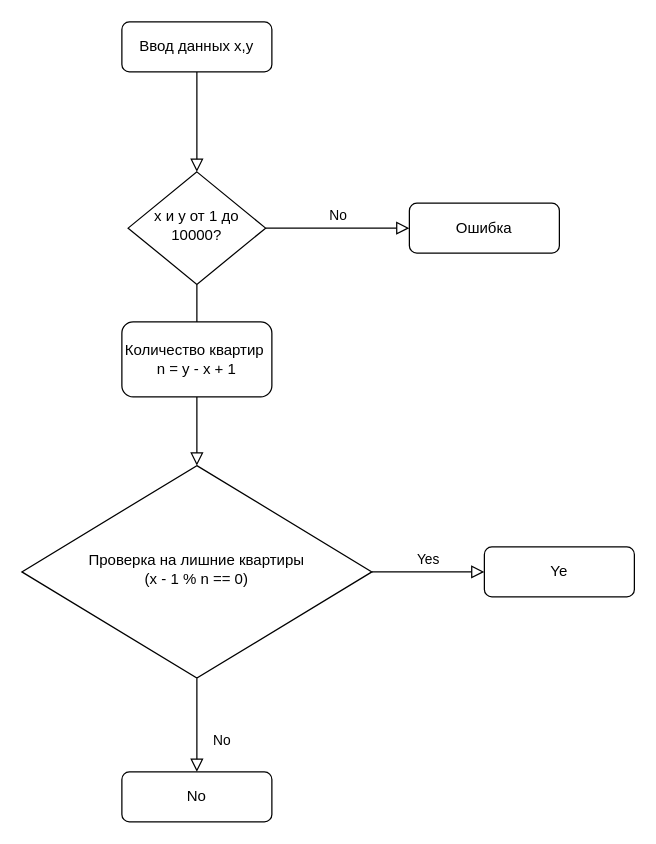
Before: Диаграмма без названия.drawio in 16savage/Kavtarev-Artem-Algoritm, a draw.io diagram. Source tidied: cells renumbered, new cells numbered last; positions are measured from the earlier drawing's top-left corner, leaving out a move shared by most shapes. Both pictures are drawn from the tidied source at 125%, with x=0, y=0 at pixel (21, 21).
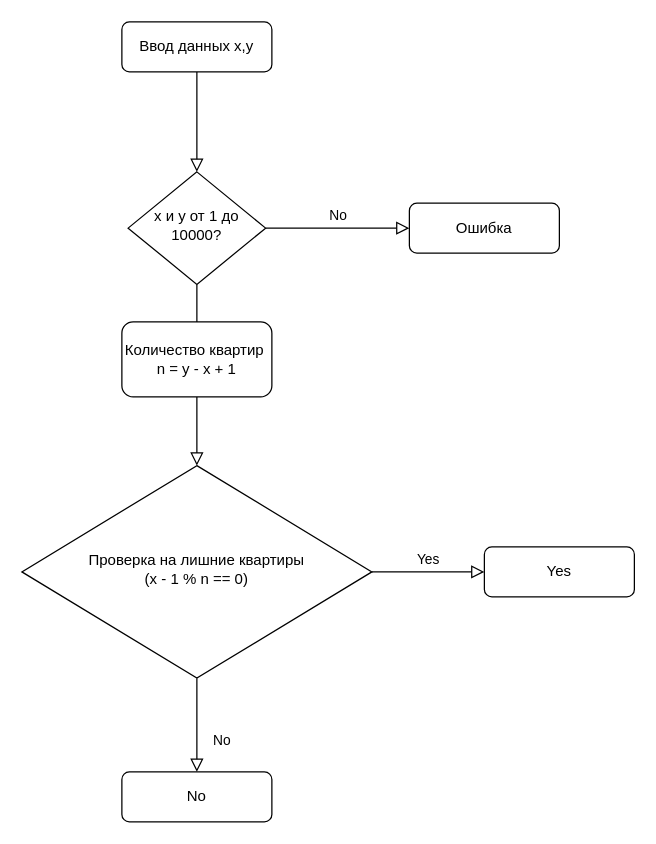
After the change.

Diff of the diagram source:
```diff
@@
 <mxGraphModel>
   <root>
     <mxCell id="0" />
     <mxCell id="1" parent="0" />
     <mxCell id="2" style="rounded=0;html=1;jettySize=auto;fontSize=11;endArrow=block;endFill=0;endSize=8;strokeWidth=1;shadow=0;labelBackgroundColor=none;edgeStyle=orthogonalEdgeStyle;" parent="1" edge="1" source="3" target="6">
       <mxGeometry relative="1" as="geometry" />
     </mxCell>
     <mxCell id="3" value="Ввод данных x,y" style="rounded=1;whiteSpace=wrap;html=1;fontSize=12;glass=0;strokeWidth=1;shadow=0;" parent="1" vertex="1">
       <mxGeometry x="80" width="120" height="40" as="geometry" />
     </mxCell>
     <mxCell id="4" value="Yes" style="rounded=0;html=1;jettySize=auto;fontSize=11;endArrow=block;endFill=0;endSize=8;strokeWidth=1;shadow=0;labelBackgroundColor=none;edgeStyle=orthogonalEdgeStyle;" parent="1" edge="1" source="6" target="10">
       <mxGeometry y="20" relative="1" as="geometry" />
     </mxCell>
     <mxCell id="5" value="No" style="edgeStyle=orthogonalEdgeStyle;rounded=0;html=1;jettySize=auto;fontSize=11;endArrow=block;endFill=0;endSize=8;strokeWidth=1;shadow=0;labelBackgroundColor=none;" parent="1" edge="1" source="6" target="7">
       <mxGeometry y="10" relative="1" as="geometry" />
     </mxCell>
     <mxCell id="6" value="x и y от 1 до 10000?" style="rhombus;whiteSpace=wrap;html=1;shadow=0;fontFamily=Helvetica;fontSize=12;align=center;strokeWidth=1;spacing=6;spacingTop=-4;" parent="1" vertex="1">
       <mxGeometry x="85" y="120" width="110" height="90" as="geometry" />
     </mxCell>
     <mxCell id="7" value="Ошибка&lt;br&gt;" style="rounded=1;whiteSpace=wrap;html=1;fontSize=12;glass=0;strokeWidth=1;shadow=0;" parent="1" vertex="1">
       <mxGeometry x="310" y="145" width="120" height="40" as="geometry" />
     </mxCell>
     <mxCell id="8" value="No" style="rounded=0;html=1;jettySize=auto;fontSize=11;endArrow=block;endFill=0;endSize=8;strokeWidth=1;shadow=0;labelBackgroundColor=none;edgeStyle=orthogonalEdgeStyle;" parent="1" edge="1" source="10" target="11">
       <mxGeometry x="0.33" y="20" relative="1" as="geometry" />
     </mxCell>
     <mxCell id="9" value="Yes" style="edgeStyle=orthogonalEdgeStyle;rounded=0;html=1;jettySize=auto;fontSize=11;endArrow=block;endFill=0;endSize=8;strokeWidth=1;shadow=0;labelBackgroundColor=none;" parent="1" edge="1" source="10" target="12">
       <mxGeometry y="10" relative="1" as="geometry" />
     </mxCell>
     <mxCell id="10" value="Проверка на лишние квартиры&lt;br&gt;(x - 1 % n == 0)" style="rhombus;whiteSpace=wrap;html=1;shadow=0;fontFamily=Helvetica;fontSize=12;align=center;strokeWidth=1;spacing=6;spacingTop=-4;" parent="1" vertex="1">
       <mxGeometry y="355" width="280" height="170" as="geometry" />
     </mxCell>
     <mxCell id="11" value="No" style="rounded=1;whiteSpace=wrap;html=1;fontSize=12;glass=0;strokeWidth=1;shadow=0;" parent="1" vertex="1">
       <mxGeometry x="80" y="600" width="120" height="40" as="geometry" />
     </mxCell>
-    <mxCell id="12" value="Ye" style="rounded=1;whiteSpace=wrap;html=1;fontSize=12;glass=0;strokeWidth=1;shadow=0;" parent="1" vertex="1">
+    <mxCell id="12" value="Yes" style="rounded=1;whiteSpace=wrap;html=1;fontSize=12;glass=0;strokeWidth=1;shadow=0;" parent="1" vertex="1">
       <mxGeometry x="370" y="420" width="120" height="40" as="geometry" />
     </mxCell>
     <mxCell id="13" value="Количество квартир&amp;nbsp;&lt;br&gt;n = y - x + 1" style="rounded=1;whiteSpace=wrap;html=1;" parent="1" vertex="1">
       <mxGeometry x="80" y="240" width="120" height="60" as="geometry" />
     </mxCell>
   </root>
 </mxGraphModel>
```
